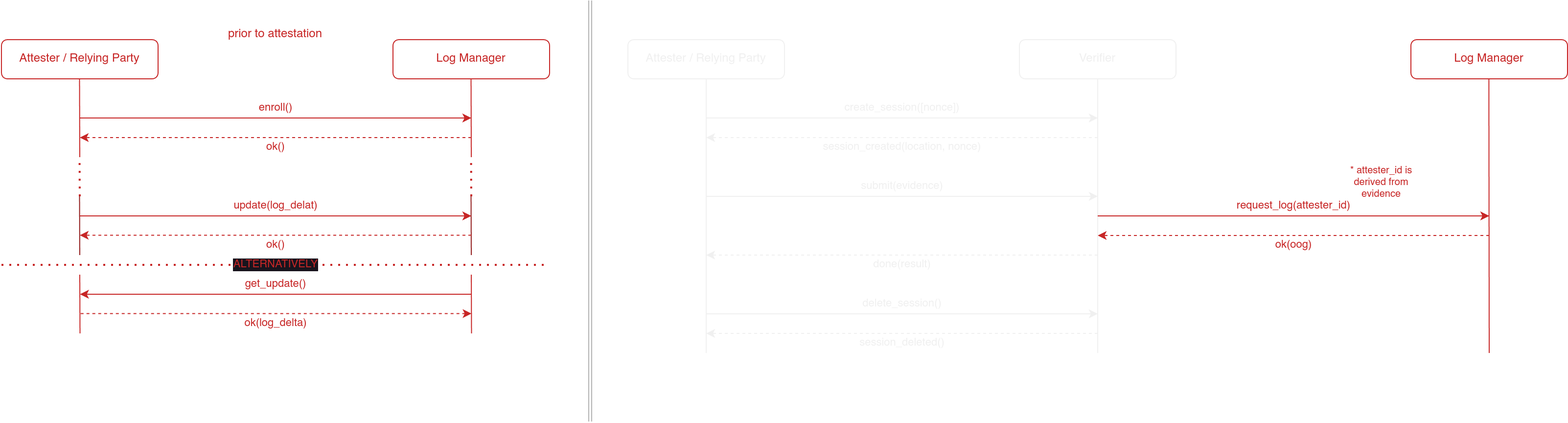
Earlier version of the draw.io export images/verif-flow-log-option3.png (setrofim/veraison-event-log-slides). Source tidied: cells renumbered, new cells last; positions are measured from the earlier drawing's top-left corner, leaving out a move shared by most shapes.
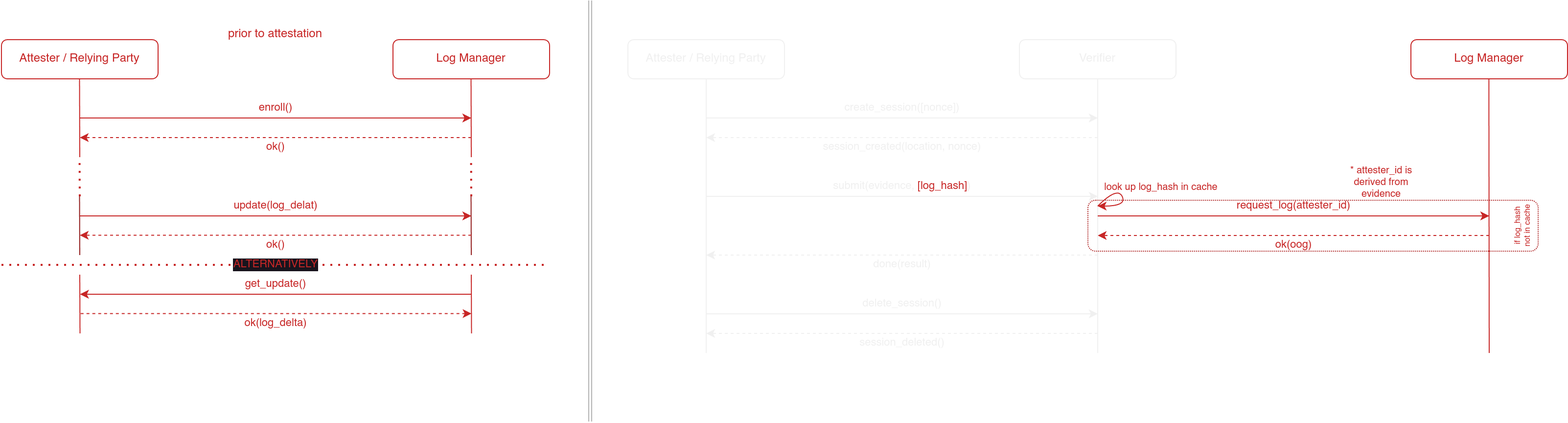
Later version of the same file.

Commit message:
Add log_hash optimisation to options 2 and 3

Diff of the diagram source:
```diff
@@ -67,7 +67,7 @@
         <mxPoint x="720" y="140" as="targetPoint" />
       </mxGeometry>
     </mxCell>
-    <mxCell id="14" value="submit(evidence)" style="endArrow=classic;html=1;rounded=0;labelBackgroundColor=none;" parent="1" edge="1">
+    <mxCell id="14" value="submit(evidence,&lt;font color=&quot;#c72626&quot;&gt;&amp;nbsp;[log_hash]&lt;/font&gt;)" style="endArrow=classic;html=1;rounded=0;labelBackgroundColor=none;" parent="1" edge="1">
       <mxGeometry y="10" relative="1" as="geometry">
         <mxPoint x="720" y="200" as="sourcePoint" />
         <mxPoint x="1120" y="200" as="targetPoint" />
@@ -201,5 +201,24 @@
         <mxPoint x="79.8" y="160" as="targetPoint" />
       </mxGeometry>
     </mxCell>
+    <mxCell id="39" style="curved=1;endArrow=classic;html=1;rounded=0;strokeColor=#C72626;" parent="1" edge="1">
+      <mxGeometry relative="1" as="geometry">
+        <mxPoint x="1120" y="210" as="sourcePoint" />
+        <mxPoint x="1120" y="210" as="targetPoint" />
+        <Array as="points">
+          <mxPoint x="1140" y="190" />
+          <mxPoint x="1150" y="210" />
+        </Array>
+      </mxGeometry>
+    </mxCell>
+    <mxCell id="40" value="look up log_hash in cache" style="text;html=1;align=center;verticalAlign=middle;whiteSpace=wrap;rounded=0;fontColor=#C72626;fontSize=10;" parent="1" vertex="1">
+      <mxGeometry x="1120" y="180" width="130" height="20" as="geometry" />
+    </mxCell>
+    <mxCell id="41" style="rounded=1;whiteSpace=wrap;html=1;fillColor=none;strokeColor=#AD2121;dashed=1;dashPattern=1 1;" parent="1" vertex="1">
+      <mxGeometry x="1110" y="204" width="460" height="52" as="geometry" />
+    </mxCell>
+    <mxCell id="42" value="if log_hash not in cache" style="text;html=1;align=center;verticalAlign=middle;whiteSpace=wrap;rounded=0;fontColor=#C72626;fontSize=8;rotation=-90;" parent="1" vertex="1">
+      <mxGeometry x="1530" y="220" width="50" height="20" as="geometry" />
+    </mxCell>
   </root>
 </mxGraphModel>
```
